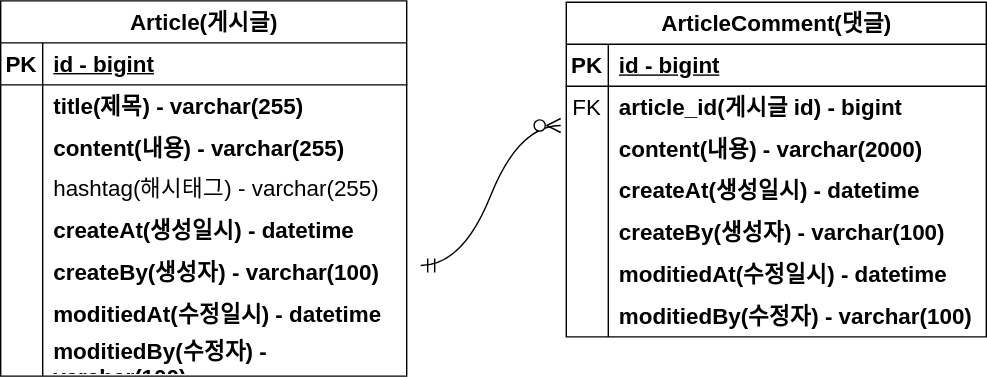
2-seulgi/project-board keeps this draw.io diagram as document/project-board-erd.svg. Above is the earlier version. Source tidied: cells renumbered, new cells last; positions are measured from the earlier drawing's top-left corner, leaving out a move shared by most shapes.
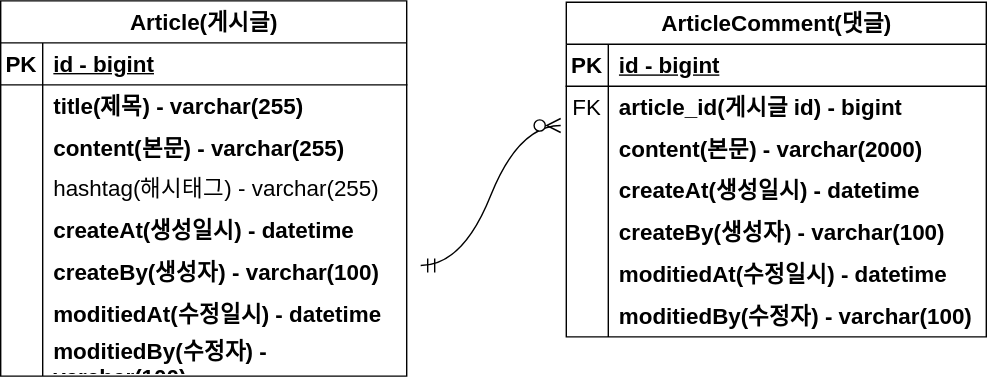
After the change.

Commit message:
#3 - erd 주석 업데이트 project-board-erd.svg

Diff of the diagram source:
```diff
@@ -29,7 +29,7 @@
     <mxCell id="10" style="shape=partialRectangle;fillColor=none;top=0;left=0;bottom=0;right=0;overflow=hidden;whiteSpace=wrap;html=1;fontSize=16;" parent="9" vertex="1">
       <mxGeometry width="30" height="29" as="geometry" />
     </mxCell>
-    <mxCell id="11" value="content(내용)&amp;nbsp;- varchar(255)" style="shape=partialRectangle;fillColor=none;top=0;left=0;bottom=0;right=0;align=left;spacingLeft=6;overflow=hidden;whiteSpace=wrap;html=1;fontSize=16;fontStyle=1;" parent="9" vertex="1">
+    <mxCell id="11" value="content(본문)&amp;nbsp;- varchar(255)" style="shape=partialRectangle;fillColor=none;top=0;left=0;bottom=0;right=0;align=left;spacingLeft=6;overflow=hidden;whiteSpace=wrap;html=1;fontSize=16;fontStyle=1;" parent="9" vertex="1">
       <mxGeometry x="30" width="260" height="29" as="geometry" />
     </mxCell>
     <mxCell id="12" style="shape=tableRow;horizontal=0;startSize=0;swimlaneHead=0;swimlaneBody=0;fillColor=none;top=0;left=0;right=0;bottom=0;fontSize=16;" parent="2" vertex="1">
@@ -104,7 +104,7 @@
     <mxCell id="35" style="shape=partialRectangle;fillColor=none;top=0;left=0;bottom=0;right=0;overflow=hidden;whiteSpace=wrap;html=1;fontSize=16;" parent="34" vertex="1">
       <mxGeometry width="30" height="29" as="geometry" />
     </mxCell>
-    <mxCell id="36" value="content(내용)&amp;nbsp;- varchar(2000)" style="shape=partialRectangle;fillColor=none;top=0;left=0;bottom=0;right=0;align=left;spacingLeft=6;overflow=hidden;whiteSpace=wrap;html=1;fontSize=16;fontStyle=1;" parent="34" vertex="1">
+    <mxCell id="36" value="content(본문)&amp;nbsp;- varchar(2000)" style="shape=partialRectangle;fillColor=none;top=0;left=0;bottom=0;right=0;align=left;spacingLeft=6;overflow=hidden;whiteSpace=wrap;html=1;fontSize=16;fontStyle=1;" parent="34" vertex="1">
       <mxGeometry x="30" width="270" height="29" as="geometry" />
     </mxCell>
     <mxCell id="37" style="shape=tableRow;horizontal=0;startSize=0;swimlaneHead=0;swimlaneBody=0;fillColor=none;top=0;left=0;right=0;bottom=0;fontSize=16;" parent="27" vertex="1">
```
